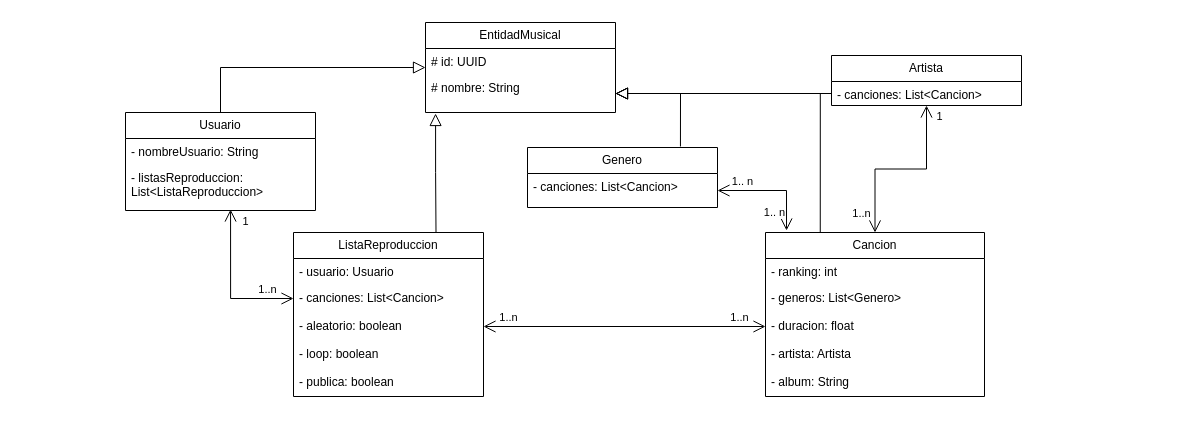
sirnas1983/TPI-B-JAVA-Informatorio keeps this draw.io diagram as TP INTEGRADOR B.drawio. Above is the earlier version. Source tidied: cells renumbered, new cells numbered last; positions are measured from the earlier drawing's top-left corner, leaving out a move shared by most shapes. Both pictures are drawn from the tidied source at 100%, with x=0, y=0 at pixel (125, 22).
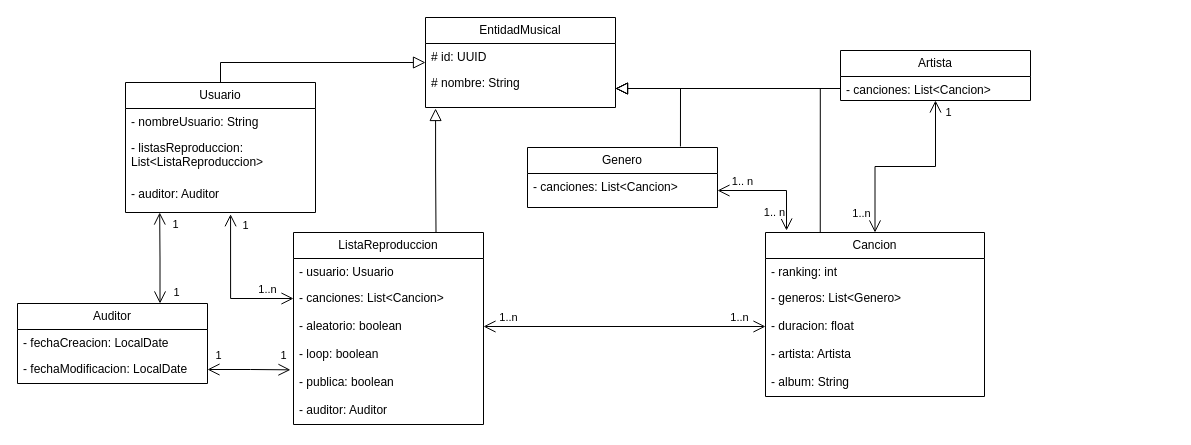
Above is the later version.

Commit message:
Agregado Auditor

The change refers to these unchanged cells:
```xml
<mxCell id="4" value="- listasReproduccion: List&amp;lt;ListaReproduccion&amp;gt;" style="text;strokeColor=none;fillColor=none;align=left;verticalAlign=top;spacingLeft=4;spacingRight=4;overflow=hidden;points=[[0,0.5],[1,0.5]];portConstraint=eastwest;whiteSpace=wrap;html=1;" parent="2" vertex="1">
  <mxGeometry y="52" width="190" height="46" as="geometry" />
</mxCell>
<mxCell id="24" value="- canciones: List&amp;lt;Cancion&amp;gt;" style="text;strokeColor=none;fillColor=none;align=left;verticalAlign=top;spacingLeft=4;spacingRight=4;overflow=hidden;points=[[0,0.5],[1,0.5]];portConstraint=eastwest;whiteSpace=wrap;html=1;" parent="22" vertex="1">
  <mxGeometry y="52" width="190" height="28" as="geometry" />
</mxCell>
<mxCell id="27" value="- publica: boolean" style="text;strokeColor=none;fillColor=none;align=left;verticalAlign=top;spacingLeft=4;spacingRight=4;overflow=hidden;points=[[0,0.5],[1,0.5]];portConstraint=eastwest;whiteSpace=wrap;html=1;" parent="22" vertex="1">
  <mxGeometry y="136" width="190" height="28" as="geometry" />
</mxCell>
```

Diff of the diagram source:
```diff
@@
     <mxCell id="2" value="Usuario" style="swimlane;fontStyle=0;horizontal=1;startSize=26;fillColor=none;whiteSpace=wrap;html=1;" parent="1" vertex="1">
-      <mxGeometry y="90" width="190" height="98" as="geometry" />
+      <mxGeometry y="60" width="190" height="130" as="geometry" />
     </mxCell>
@@
+    <mxCell id="41" value="- auditor: Auditor" style="text;strokeColor=none;fillColor=none;align=left;verticalAlign=top;spacingLeft=4;spacingRight=4;overflow=hidden;points=[[0,0.5],[1,0.5]];portConstraint=eastwest;whiteSpace=wrap;html=1;" parent="2" vertex="1">
+      <mxGeometry y="98" width="190" height="32" as="geometry" />
+    </mxCell>
@@
     <mxCell id="14" value="EntidadMusical" style="swimlane;fontStyle=0;horizontal=1;startSize=26;fillColor=none;whiteSpace=wrap;html=1;" parent="1" vertex="1">
-      <mxGeometry x="300" width="190" height="90" as="geometry" />
+      <mxGeometry x="300" y="-5" width="190" height="90" as="geometry" />
     </mxCell>
@@
     <mxCell id="22" value="ListaReproduccion" style="swimlane;fontStyle=0;horizontal=1;startSize=26;fillColor=none;whiteSpace=wrap;html=1;" parent="1" vertex="1">
-      <mxGeometry x="168" y="210" width="190" height="164" as="geometry" />
+      <mxGeometry x="168" y="210" width="190" height="192" as="geometry" />
     </mxCell>
@@
+    <mxCell id="42" value="- auditor: Auditor" style="text;strokeColor=none;fillColor=none;align=left;verticalAlign=top;spacingLeft=4;spacingRight=4;overflow=hidden;whiteSpace=wrap;html=1;" parent="22" vertex="1">
+      <mxGeometry y="164" width="190" height="28" as="geometry" />
+    </mxCell>
@@
     <mxCell id="31" value="Artista" style="swimlane;fontStyle=0;horizontal=1;startSize=26;fillColor=none;whiteSpace=wrap;html=1;" parent="1" vertex="1">
-      <mxGeometry x="706" y="33" width="190" height="50" as="geometry" />
+      <mxGeometry x="715" y="28" width="190" height="50" as="geometry" />
     </mxCell>
@@
-    <mxCell id="38" style="edgeStyle=orthogonalEdgeStyle;rounded=0;jettySize=auto;html=1;exitX=0;exitY=0.5;exitDx=0;exitDy=0;entryX=0.553;entryY=0.978;entryDx=0;entryDy=0;entryPerimeter=0;endArrow=open;endFill=0;startArrow=open;startFill=0;endSize=10;startSize=10;" parent="1" edge="1" source="24" target="4">
+    <mxCell id="38" style="edgeStyle=orthogonalEdgeStyle;rounded=0;jettySize=auto;html=1;exitX=0;exitY=0.5;exitDx=0;exitDy=0;entryX=0.553;entryY=1.054;entryDx=0;entryDy=0;entryPerimeter=0;endArrow=open;endFill=0;startArrow=open;startFill=0;endSize=10;startSize=10;" parent="1" edge="1" source="24" target="41">
       <mxGeometry relative="1" as="geometry">
         <Array as="points">
           <mxPoint x="105" y="276" />
         </Array>
       </mxGeometry>
     </mxCell>
@@
+    <mxCell id="43" style="edgeStyle=orthogonalEdgeStyle;rounded=0;jettySize=auto;html=1;exitX=0.75;exitY=0;exitDx=0;exitDy=0;entryX=0.18;entryY=1;entryDx=0;entryDy=0;entryPerimeter=0;endArrow=open;endFill=0;startArrow=open;startFill=0;endSize=10;startSize=10;" parent="1" edge="1" source="45" target="41">
+      <mxGeometry relative="1" as="geometry" />
+    </mxCell>
+    <mxCell id="44" value="1" style="edgeLabel;html=1;align=center;verticalAlign=middle;" parent="43" vertex="1">
+      <mxGeometry x="0.73" y="-5" relative="1" as="geometry">
+        <mxPoint x="10" y="-1" as="offset" />
+      </mxGeometry>
+    </mxCell>
+    <mxCell id="45" value="Auditor" style="swimlane;fontStyle=0;horizontal=1;startSize=26;fillColor=none;whiteSpace=wrap;html=1;" parent="1" vertex="1">
+      <mxGeometry x="-108" y="281" width="190" height="80" as="geometry" />
+    </mxCell>
+    <mxCell id="46" value="- fechaCreacion: LocalDate" style="text;strokeColor=none;fillColor=none;align=left;verticalAlign=top;spacingLeft=4;spacingRight=4;overflow=hidden;whiteSpace=wrap;html=1;" parent="45" vertex="1">
+      <mxGeometry y="26" width="190" height="26" as="geometry" />
+    </mxCell>
+    <mxCell id="47" value="- fechaModificacion: LocalDate" style="text;strokeColor=none;fillColor=none;align=left;verticalAlign=top;spacingLeft=4;spacingRight=4;overflow=hidden;points=[[0,0.5],[1,0.5]];portConstraint=eastwest;whiteSpace=wrap;html=1;" parent="45" vertex="1">
+      <mxGeometry y="52" width="190" height="28" as="geometry" />
+    </mxCell>
+    <mxCell id="48" style="edgeStyle=orthogonalEdgeStyle;rounded=0;jettySize=auto;html=1;exitX=1;exitY=0.5;exitDx=0;exitDy=0;entryX=-0.016;entryY=0.048;entryDx=0;entryDy=0;entryPerimeter=0;startArrow=open;startFill=0;endArrow=open;endFill=0;endSize=10;startSize=10;" parent="1" edge="1" source="47" target="27">
+      <mxGeometry relative="1" as="geometry" />
+    </mxCell>
+    <mxCell id="49" value="1" style="edgeLabel;html=1;align=center;verticalAlign=middle;" parent="1" vertex="1">
+      <mxGeometry x="54.2" y="271.2" as="geometry">
+        <mxPoint x="-4" y="-2" as="offset" />
+      </mxGeometry>
+    </mxCell>
+    <mxCell id="50" value="1" style="edgeLabel;html=1;align=center;verticalAlign=middle;" parent="1" vertex="1">
+      <mxGeometry x="96.2" y="334.2" as="geometry">
+        <mxPoint x="-4" y="-2" as="offset" />
+      </mxGeometry>
+    </mxCell>
+    <mxCell id="51" value="1" style="edgeLabel;html=1;align=center;verticalAlign=middle;" parent="1" vertex="1">
+      <mxGeometry x="161.2" y="334.2" as="geometry">
+        <mxPoint x="-4" y="-2" as="offset" />
+      </mxGeometry>
+    </mxCell>
```
